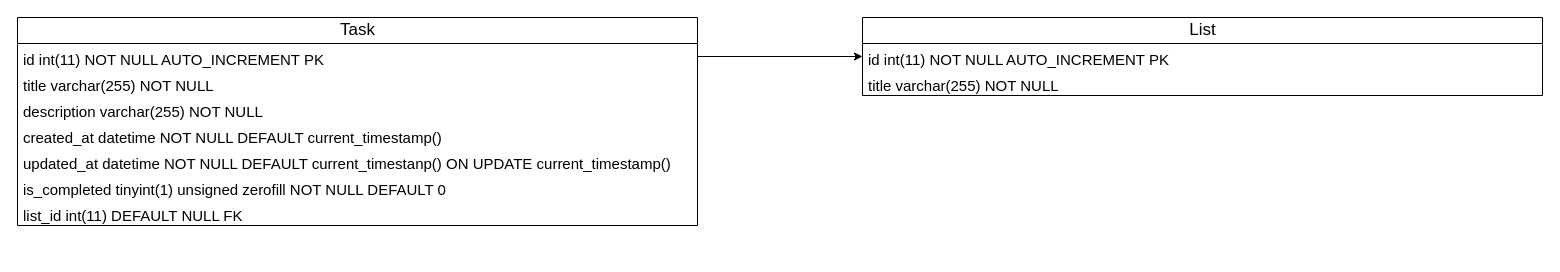
chas-academy/u03-todo-Laraass keeps this draw.io diagram as src/assets/ER.drawio. Above is the earlier version. Source tidied: cells renumbered, new cells numbered last; positions are measured from the earlier drawing's top-left corner, leaving out a move shared by most shapes. Both pictures are drawn from the tidied source at 100%, with x=0, y=0 at pixel (17, 17).
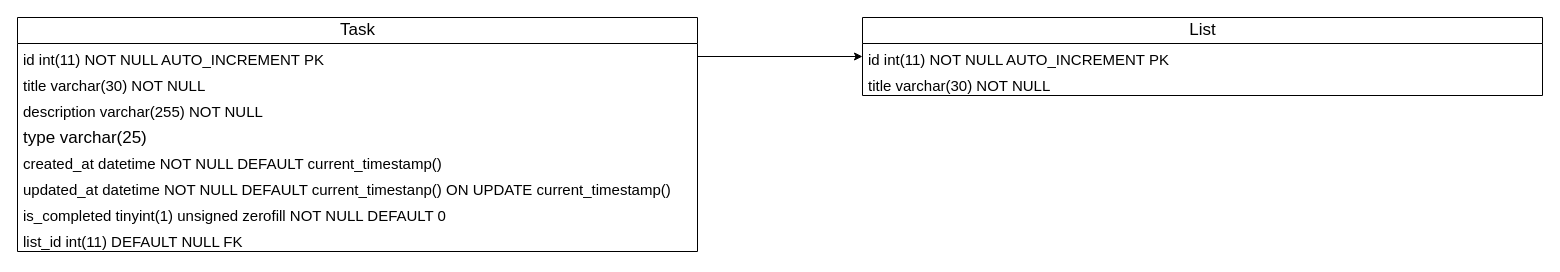
Above is the later version.

The edit, as a diff of the source:
```diff
@@
 <mxGraphModel>
   <root>
     <mxCell id="0" />
     <mxCell id="1" parent="0" />
     <mxCell id="2" value="Task" style="swimlane;fontStyle=0;horizontal=1;startSize=26;fillColor=none;html=1;strokeColor=default;fontSize=17;" parent="1" vertex="1">
-      <mxGeometry width="680" height="208" as="geometry" />
+      <mxGeometry width="680" height="234" as="geometry" />
     </mxCell>
     <mxCell id="3" value="&lt;font style=&quot;font-size: 15px;&quot;&gt;id int(11) NOT NULL AUTO_INCREMENT PK&lt;/font&gt;" style="text;strokeColor=none;fillColor=none;align=left;verticalAlign=top;spacingLeft=4;spacingRight=4;overflow=hidden;points=[[0,0.5],[1,0.5]];portConstraint=eastwest;whiteSpace=wrap;html=1;fontSize=17;" parent="2" vertex="1">
       <mxGeometry y="26" width="680" height="26" as="geometry" />
     </mxCell>
-    <mxCell id="4" value="&lt;font style=&quot;font-size: 15px;&quot;&gt;title varchar(255) NOT NULL&lt;/font&gt;" style="text;strokeColor=none;fillColor=none;align=left;verticalAlign=top;spacingLeft=4;spacingRight=4;overflow=hidden;whiteSpace=wrap;html=1;fontSize=17;" parent="2" vertex="1">
+    <mxCell id="4" value="&lt;font style=&quot;font-size: 15px;&quot;&gt;title varchar(30) NOT NULL&lt;/font&gt;" style="text;strokeColor=none;fillColor=none;align=left;verticalAlign=top;spacingLeft=4;spacingRight=4;overflow=hidden;whiteSpace=wrap;html=1;fontSize=17;" parent="2" vertex="1">
       <mxGeometry y="52" width="680" height="26" as="geometry" />
     </mxCell>
     <mxCell id="5" value="&lt;font style=&quot;font-size: 15px;&quot;&gt;description varchar(255) NOT NULL&lt;/font&gt;" style="text;strokeColor=none;fillColor=none;align=left;verticalAlign=top;spacingLeft=4;spacingRight=4;overflow=hidden;whiteSpace=wrap;html=1;fontSize=17;" parent="2" vertex="1">
       <mxGeometry y="78" width="680" height="26" as="geometry" />
     </mxCell>
+    <mxCell id="14" value="type varchar(25)" style="text;strokeColor=none;fillColor=none;align=left;verticalAlign=top;spacingLeft=4;spacingRight=4;overflow=hidden;whiteSpace=wrap;html=1;fontSize=17;" parent="2" vertex="1">
+      <mxGeometry y="104" width="680" height="26" as="geometry" />
+    </mxCell>
     <mxCell id="6" value="&lt;font style=&quot;font-size: 15px;&quot;&gt;created_at datetime NOT NULL DEFAULT current_timestamp()&lt;/font&gt;" style="text;strokeColor=none;fillColor=none;align=left;verticalAlign=top;spacingLeft=4;spacingRight=4;overflow=hidden;whiteSpace=wrap;html=1;fontSize=17;" parent="2" vertex="1">
-      <mxGeometry y="104" width="680" height="26" as="geometry" />
+      <mxGeometry y="130" width="680" height="26" as="geometry" />
     </mxCell>
     <mxCell id="7" value="&lt;font style=&quot;font-size: 15px;&quot;&gt;updated_at datetime NOT NULL DEFAULT current_timestanp() ON UPDATE current_timestamp()&lt;/font&gt;" style="text;strokeColor=none;fillColor=none;align=left;verticalAlign=top;spacingLeft=4;spacingRight=4;overflow=hidden;whiteSpace=wrap;html=1;fontSize=17;" parent="2" vertex="1">
-      <mxGeometry y="130" width="680" height="26" as="geometry" />
+      <mxGeometry y="156" width="680" height="26" as="geometry" />
     </mxCell>
     <mxCell id="8" value="&lt;font style=&quot;font-size: 15px;&quot;&gt;is_completed tinyint(1) unsigned zerofill NOT NULL DEFAULT 0&lt;/font&gt;" style="text;strokeColor=none;fillColor=none;align=left;verticalAlign=top;spacingLeft=4;spacingRight=4;overflow=hidden;whiteSpace=wrap;html=1;fontSize=17;" parent="2" vertex="1">
-      <mxGeometry y="156" width="680" height="26" as="geometry" />
+      <mxGeometry y="182" width="680" height="26" as="geometry" />
     </mxCell>
     <mxCell id="9" value="&lt;font style=&quot;font-size: 15px;&quot;&gt;list_id int(11) DEFAULT NULL FK&lt;/font&gt;" style="text;strokeColor=none;fillColor=none;align=left;verticalAlign=top;spacingLeft=4;spacingRight=4;overflow=hidden;whiteSpace=wrap;html=1;fontSize=17;" parent="2" vertex="1">
-      <mxGeometry y="182" width="680" height="26" as="geometry" />
+      <mxGeometry y="208" width="680" height="26" as="geometry" />
     </mxCell>
     <mxCell id="10" value="List" style="swimlane;fontStyle=0;horizontal=1;startSize=26;fillColor=none;html=1;strokeColor=default;fontSize=17;" parent="1" vertex="1">
       <mxGeometry x="845" width="680" height="78" as="geometry" />
     </mxCell>
     <mxCell id="11" value="&lt;font style=&quot;font-size: 15px;&quot;&gt;id int(11) NOT NULL AUTO_INCREMENT PK&lt;/font&gt;" style="text;strokeColor=none;fillColor=none;align=left;verticalAlign=top;spacingLeft=4;spacingRight=4;overflow=hidden;points=[[0,0.5],[1,0.5]];portConstraint=eastwest;whiteSpace=wrap;html=1;fontSize=17;" parent="10" vertex="1">
       <mxGeometry y="26" width="680" height="26" as="geometry" />
     </mxCell>
-    <mxCell id="12" value="&lt;font style=&quot;font-size: 15px;&quot;&gt;title varchar(255) NOT NULL&lt;/font&gt;" style="text;strokeColor=none;fillColor=none;align=left;verticalAlign=top;spacingLeft=4;spacingRight=4;overflow=hidden;whiteSpace=wrap;html=1;fontSize=17;" parent="10" vertex="1">
+    <mxCell id="12" value="&lt;font style=&quot;font-size: 15px;&quot;&gt;title varchar(30) NOT NULL&lt;/font&gt;" style="text;strokeColor=none;fillColor=none;align=left;verticalAlign=top;spacingLeft=4;spacingRight=4;overflow=hidden;whiteSpace=wrap;html=1;fontSize=17;" parent="10" vertex="1">
       <mxGeometry y="52" width="680" height="26" as="geometry" />
     </mxCell>
     <mxCell id="13" style="edgeStyle=none;html=1;exitX=1;exitY=0.5;exitDx=0;exitDy=0;entryX=0;entryY=0.5;entryDx=0;entryDy=0;" parent="1" edge="1" source="3" target="11">
       <mxGeometry relative="1" as="geometry" />
     </mxCell>
   </root>
 </mxGraphModel>
```
